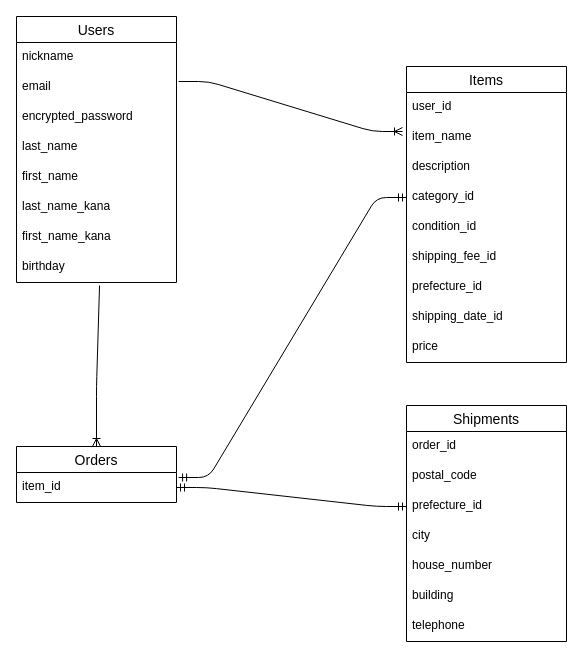
Earlier version of the draw.io diagram frima.dio (jpmachikid/frima-39492). Source tidied: cells renumbered, new cells numbered last; positions are measured from the earlier drawing's top-left corner, leaving out a move shared by most shapes. Both pictures are drawn from the tidied source at 100%, with x=0, y=0 at pixel (16, 16).
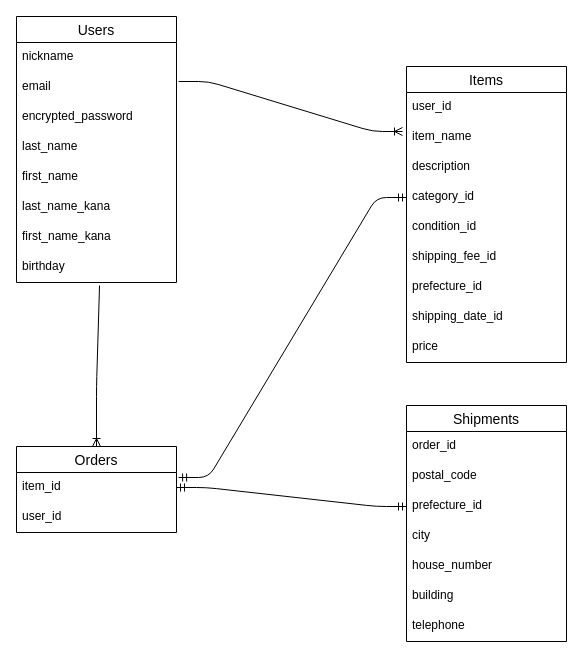
The same page after the edit.

Commit message (it also covers changes not shown here):
ER図、Ordersテーブル修正

Diff of the diagram source:
```diff
@@
     <mxCell id="22" value="Orders" style="swimlane;fontStyle=0;horizontal=1;startSize=26;align=center;fontSize=14;" parent="1" vertex="1">
-      <mxGeometry y="430" width="160" height="56" as="geometry" />
+      <mxGeometry y="430" width="160" height="86" as="geometry" />
     </mxCell>
@@
+    <mxCell id="35" value="user_id" style="text;strokeColor=none;fillColor=none;spacingLeft=4;spacingRight=4;overflow=hidden;fontSize=12;" parent="22" vertex="1">
+      <mxGeometry y="56" width="160" height="30" as="geometry" />
+    </mxCell>
```
